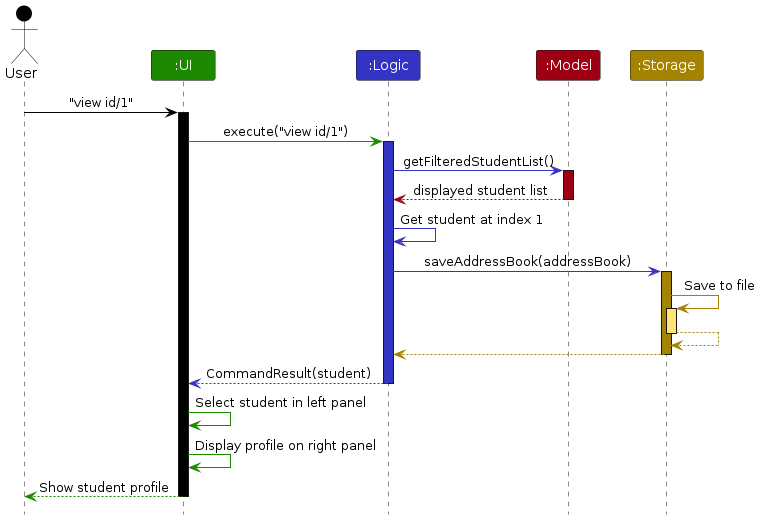
The PlantUML diagram diagrams/ArchitectureSequenceDiagram.png in AY2627S1-CS2103T-F14a-1/tp, before a commit. Its source is kept beside it as diagrams/ArchitectureSequenceDiagram.puml.
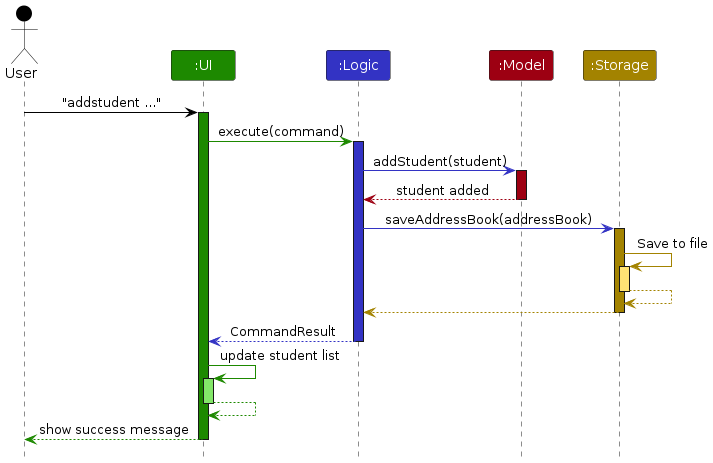
The same file after the commit.

The edit, as a diff of the source:
```diff
@@ -9,19 +9,17 @@
 Participant ":Model" as model MODEL_COLOR
 Participant ":Storage" as storage STORAGE_COLOR
 
-user -[USER_COLOR]> ui : "view id/1"
-activate ui USER_COLOR
+user -[USER_COLOR]> ui : "addstudent ..."
+activate ui UI_COLOR
 
-ui -[UI_COLOR]> logic : execute("view id/1")
+ui -[UI_COLOR]> logic : execute(command)
 activate logic LOGIC_COLOR
 
-logic -[LOGIC_COLOR]> model : getFilteredStudentList()
+logic -[LOGIC_COLOR]> model : addStudent(student)
 activate model MODEL_COLOR
 
-model -[MODEL_COLOR]-> logic : displayed student list
+model -[MODEL_COLOR]-> logic : student added
 deactivate model
-
-logic -[LOGIC_COLOR]> logic : Get student at index 1
 
 logic -[LOGIC_COLOR]> storage : saveAddressBook(addressBook)
 activate storage STORAGE_COLOR
@@ -35,13 +33,16 @@
 storage --[STORAGE_COLOR]> logic
 deactivate storage
 
-logic --[LOGIC_COLOR]> ui : CommandResult(student)
+logic --[LOGIC_COLOR]> ui : CommandResult
 deactivate logic
 
-ui -[UI_COLOR]> ui : Select student in left panel
-ui -[UI_COLOR]> ui : Display profile on right panel
+ui -[UI_COLOR]> ui : update student list
+activate ui UI_COLOR_T1
 
-ui --[UI_COLOR]> user : Show student profile
+ui --[UI_COLOR]> ui
+deactivate ui
+
+ui --[UI_COLOR]> user : show success message
 deactivate ui
 
 @enduml
```
